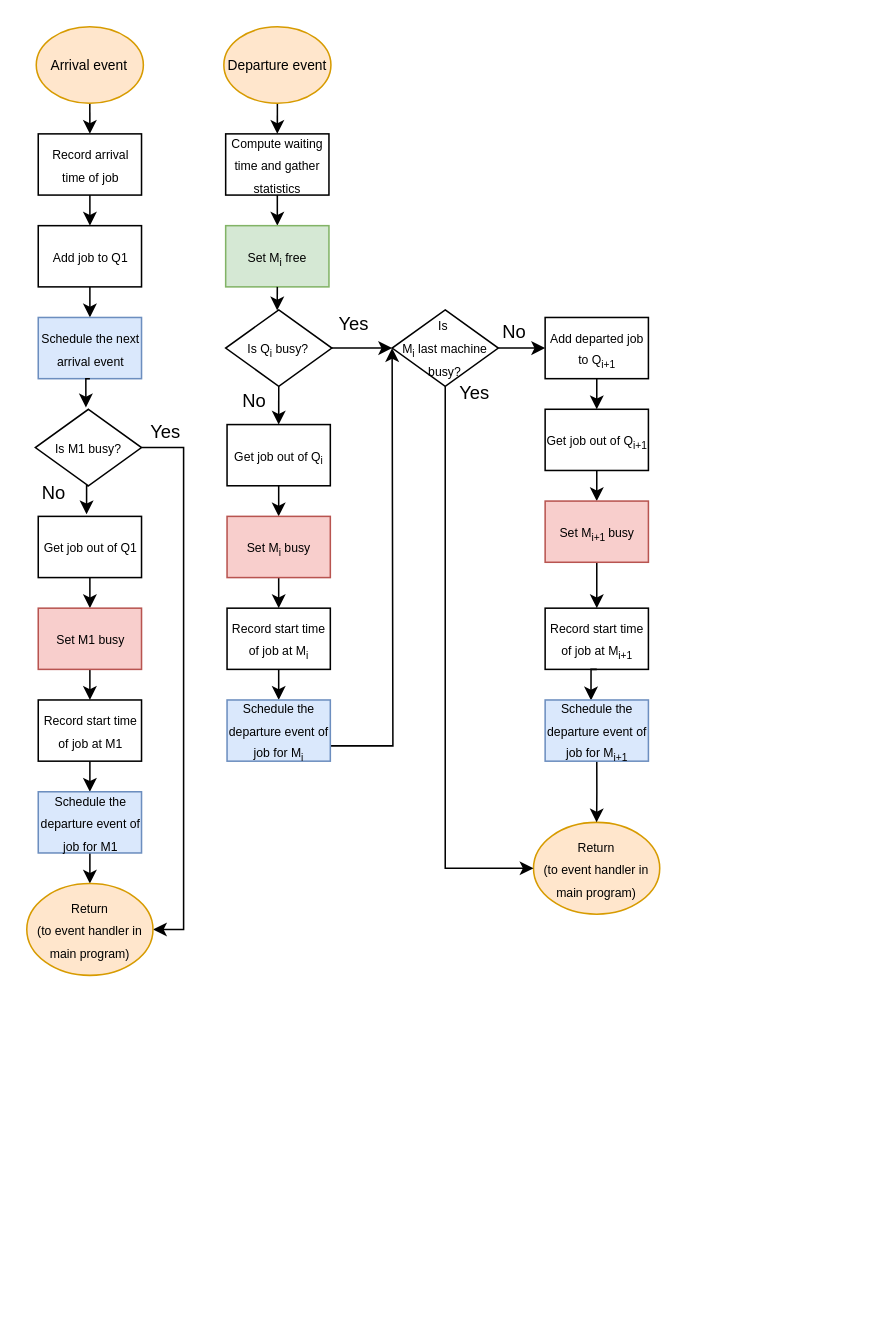
This is page "4.1.3" (2 of 3) of MIC.drawio from Chaiyachet211311/MIC-1CV50, a draw.io file, before an edit. Source tidied: cells renumbered, new cells numbered last; positions are measured from the earlier drawing's top-left corner, leaving out a move shared by most shapes. Both pictures are drawn from the tidied source at 153%, with x=0, y=0 at pixel (26, 26).
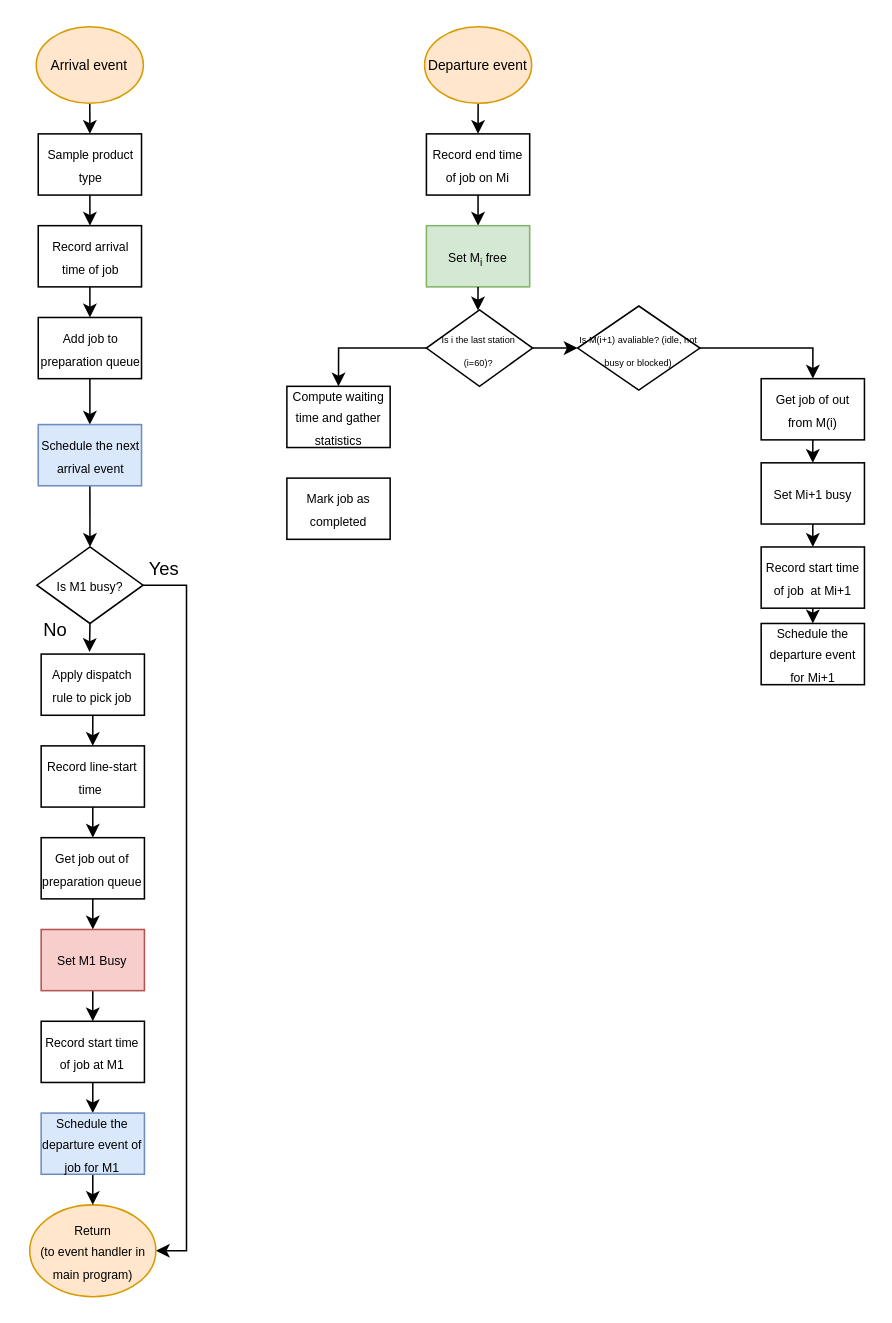
The same page after the edit.

Change to the diagram source:
```diff
@@
-    <mxCell id="5" value="&lt;font style=&quot;font-size: 8px;&quot;&gt;Record arrival time of job&lt;/font&gt;" style="rounded=0;whiteSpace=wrap;html=1;" parent="1" vertex="1">
+    <mxCell id="5" value="&lt;span style=&quot;font-size: 8px;&quot;&gt;Sample product type&lt;/span&gt;" style="rounded=0;whiteSpace=wrap;html=1;" parent="1" vertex="1">
       <mxGeometry x="7.5" y="70" width="67.5" height="40" as="geometry" />
     </mxCell>
@@
-    <mxCell id="7" value="&lt;font style=&quot;font-size: 8px;&quot;&gt;Add job to Q1&lt;/font&gt;" style="rounded=0;whiteSpace=wrap;html=1;" parent="1" vertex="1">
+    <mxCell id="7" value="&lt;span style=&quot;font-size: 8px;&quot;&gt;Record arrival time of job&lt;/span&gt;" style="rounded=0;whiteSpace=wrap;html=1;" parent="1" vertex="1">
       <mxGeometry x="7.5" y="130" width="67.5" height="40" as="geometry" />
     </mxCell>
+    <mxCell id="59" style="edgeStyle=none;rounded=0;jettySize=auto;html=1;exitX=0.5;exitY=1;exitDx=0;exitDy=0;entryX=0.5;entryY=0;entryDx=0;entryDy=0;" parent="1" edge="1" source="8" target="64">
+      <mxGeometry relative="1" as="geometry" />
+    </mxCell>
-    <mxCell id="8" value="&lt;font style=&quot;font-size: 8px;&quot;&gt;Schedule the next arrival event&lt;/font&gt;" style="rounded=0;whiteSpace=wrap;html=1;fillColor=#dae8fc;strokeColor=#6c8ebf;" parent="1" vertex="1">
+    <mxCell id="8" value="&lt;span style=&quot;font-size: 8px;&quot;&gt;Add job to preparation queue&lt;/span&gt;" style="rounded=0;whiteSpace=wrap;html=1;" parent="1" vertex="1">
       <mxGeometry x="7.5" y="190" width="67.5" height="40" as="geometry" />
     </mxCell>
@@
     <mxCell id="10" value="&lt;font style=&quot;font-size: 8px;&quot;&gt;Is M1 busy?&lt;/font&gt;" style="rhombus;whiteSpace=wrap;html=1;" parent="1" vertex="1">
-      <mxGeometry x="5.6" y="250" width="69.4" height="50" as="geometry" />
+      <mxGeometry x="6.6" y="340" width="69.4" height="50" as="geometry" />
     </mxCell>
@@
-    <mxCell id="12" value="&lt;font style=&quot;font-size: 8px;&quot;&gt;Get job out of Q1&lt;/font&gt;" style="rounded=0;whiteSpace=wrap;html=1;" parent="1" vertex="1">
-      <mxGeometry x="7.5" y="320" width="67.5" height="40" as="geometry" />
+    <mxCell id="12" value="&lt;span style=&quot;font-size: 8px;&quot;&gt;Apply dispatch rule to pick job&lt;/span&gt;" style="rounded=0;whiteSpace=wrap;html=1;" parent="1" vertex="1">
+      <mxGeometry x="9.4" y="410" width="67.5" height="40" as="geometry" />
     </mxCell>
@@
-    <mxCell id="14" value="&lt;font style=&quot;font-size: 8px;&quot;&gt;Set M1 busy&lt;/font&gt;" style="rounded=0;whiteSpace=wrap;html=1;fillColor=#f8cecc;strokeColor=#b85450;" parent="1" vertex="1">
-      <mxGeometry x="7.5" y="380" width="67.5" height="40" as="geometry" />
+    <mxCell id="14" value="&lt;span style=&quot;font-size: 8px;&quot;&gt;Record line-start time&amp;nbsp;&lt;/span&gt;" style="rounded=0;whiteSpace=wrap;html=1;" parent="1" vertex="1">
+      <mxGeometry x="9.4" y="470" width="67.5" height="40" as="geometry" />
     </mxCell>
-    <mxCell id="15" style="edgeStyle=orthogonalEdgeStyle;rounded=0;jettySize=auto;html=1;exitX=0.5;exitY=1;exitDx=0;exitDy=0;entryX=0.5;entryY=0;entryDx=0;entryDy=0;" parent="1" edge="1" source="16" target="18">
-      <mxGeometry relative="1" as="geometry" />
-    </mxCell>
+    <mxCell id="60" style="edgeStyle=none;rounded=0;jettySize=auto;html=1;exitX=0.5;exitY=1;exitDx=0;exitDy=0;entryX=0.5;entryY=0;entryDx=0;entryDy=0;" parent="1" edge="1" source="16" target="66">
+      <mxGeometry relative="1" as="geometry" />
+    </mxCell>
-    <mxCell id="16" value="&lt;font style=&quot;font-size: 8px;&quot;&gt;Record start time of job at M1&lt;/font&gt;" style="rounded=0;whiteSpace=wrap;html=1;" parent="1" vertex="1">
-      <mxGeometry x="7.5" y="440" width="67.5" height="40" as="geometry" />
+    <mxCell id="16" value="&lt;span style=&quot;font-size: 8px;&quot;&gt;Get job out of preparation queue&lt;/span&gt;" style="rounded=0;whiteSpace=wrap;html=1;" parent="1" vertex="1">
+      <mxGeometry x="9.4" y="530" width="67.5" height="40" as="geometry" />
     </mxCell>
-    <mxCell id="17" style="edgeStyle=orthogonalEdgeStyle;rounded=0;jettySize=auto;html=1;exitX=0.5;exitY=1;exitDx=0;exitDy=0;entryX=0.5;entryY=0;entryDx=0;entryDy=0;" parent="1" edge="1" source="18" target="19">
-      <mxGeometry relative="1" as="geometry" />
-    </mxCell>
-    <mxCell id="18" value="&lt;font style=&quot;font-size: 8px;&quot;&gt;Schedule the departure event of job for M1&lt;/font&gt;" style="rounded=0;whiteSpace=wrap;html=1;fillColor=#dae8fc;strokeColor=#6c8ebf;" parent="1" vertex="1">
-      <mxGeometry x="7.5" y="500" width="67.5" height="40" as="geometry" />
-    </mxCell>
     <mxCell id="19" value="&lt;font style=&quot;font-size: 8px;&quot;&gt;Return&lt;/font&gt;&lt;div&gt;&lt;font style=&quot;font-size: 8px;&quot;&gt;(to event handler in main program)&lt;/font&gt;&lt;/div&gt;" style="ellipse;whiteSpace=wrap;html=1;fillColor=#ffe6cc;strokeColor=#d79b00;" parent="1" vertex="1">
-      <mxGeometry y="560" width="82.5" height="60" as="geometry" />
+      <mxGeometry x="1.9" y="770" width="82.5" height="60" as="geometry" />
     </mxCell>
-    <mxCell id="20" style="edgeStyle=orthogonalEdgeStyle;rounded=0;jettySize=auto;html=1;exitX=0.5;exitY=1;exitDx=0;exitDy=0;entryX=0.476;entryY=-0.024;entryDx=0;entryDy=0;entryPerimeter=0;" parent="1" edge="1" source="8" target="10">
-      <mxGeometry relative="1" as="geometry" />
-    </mxCell>
@@
     <mxCell id="22" value="No" style="text;html=1;whiteSpace=wrap;strokeColor=none;fillColor=none;align=center;verticalAlign=middle;rounded=0;" parent="1" vertex="1">
-      <mxGeometry x="7.5" y="300" width="20" height="10" as="geometry" />
+      <mxGeometry x="9.4" y="390" width="20" height="10" as="geometry" />
     </mxCell>
     <mxCell id="23" value="Yes" style="text;html=1;whiteSpace=wrap;strokeColor=none;fillColor=none;align=center;verticalAlign=middle;rounded=0;" parent="1" vertex="1">
-      <mxGeometry x="76.2" y="260" width="30" height="10" as="geometry" />
+      <mxGeometry x="75" y="350" width="30" height="10" as="geometry" />
     </mxCell>
@@
     <mxCell id="25" value="&lt;font style=&quot;font-size: 9px;&quot;&gt;Departure event&lt;/font&gt;" style="ellipse;whiteSpace=wrap;html=1;fillColor=#ffe6cc;strokeColor=#d79b00;" parent="1" vertex="1">
-      <mxGeometry x="128.8" width="70" height="50" as="geometry" />
+      <mxGeometry x="260" width="70" height="50" as="geometry" />
     </mxCell>
@@
-    <mxCell id="27" value="&lt;span style=&quot;font-size: 8px;&quot;&gt;Compute waiting time and gather statistics&lt;/span&gt;" style="rounded=0;whiteSpace=wrap;html=1;" parent="1" vertex="1">
-      <mxGeometry x="130" y="70" width="67.5" height="40" as="geometry" />
+    <mxCell id="27" value="&lt;span style=&quot;font-size: 8px;&quot;&gt;Record end time of job on Mi&lt;/span&gt;" style="rounded=0;whiteSpace=wrap;html=1;" parent="1" vertex="1">
+      <mxGeometry x="261.2" y="70" width="67.5" height="40" as="geometry" />
     </mxCell>
     <mxCell id="28" value="&lt;span style=&quot;font-size: 8px;&quot;&gt;Set M&lt;sub&gt;i&lt;/sub&gt; free&lt;/span&gt;" style="rounded=0;whiteSpace=wrap;html=1;fillColor=#d5e8d4;strokeColor=#82b366;" parent="1" vertex="1">
-      <mxGeometry x="130" y="130" width="67.5" height="40" as="geometry" />
+      <mxGeometry x="261.2" y="130" width="67.5" height="40" as="geometry" />
     </mxCell>
-    <mxCell id="29" style="edgeStyle=orthogonalEdgeStyle;rounded=0;jettySize=auto;html=1;exitX=1;exitY=0.5;exitDx=0;exitDy=0;entryX=0;entryY=0.5;entryDx=0;entryDy=0;" parent="1" edge="1" source="30" target="42">
-      <mxGeometry relative="1" as="geometry" />
-    </mxCell>
+    <mxCell id="61" style="edgeStyle=orthogonalEdgeStyle;rounded=0;jettySize=auto;html=1;exitX=0;exitY=0.5;exitDx=0;exitDy=0;entryX=0.5;entryY=0;entryDx=0;entryDy=0;" parent="1" edge="1" source="30" target="69">
+      <mxGeometry relative="1" as="geometry" />
+    </mxCell>
+    <mxCell id="62" style="edgeStyle=orthogonalEdgeStyle;rounded=0;jettySize=auto;html=1;exitX=1;exitY=0.5;exitDx=0;exitDy=0;entryX=0;entryY=0.5;entryDx=0;entryDy=0;" parent="1" edge="1" source="30" target="72">
+      <mxGeometry relative="1" as="geometry" />
+    </mxCell>
-    <mxCell id="30" value="&lt;font style=&quot;font-size: 8px;&quot;&gt;Is Q&lt;sub&gt;i&lt;/sub&gt; busy?&lt;/font&gt;" style="rhombus;whiteSpace=wrap;html=1;" parent="1" vertex="1">
-      <mxGeometry x="130" y="185" width="69.4" height="50" as="geometry" />
+    <mxCell id="30" value="&lt;font style=&quot;font-size: 6px;&quot;&gt;Is i the last station (i=60)?&lt;/font&gt;" style="rhombus;whiteSpace=wrap;html=1;" parent="1" vertex="1">
+      <mxGeometry x="261.2" y="185" width="69.4" height="50" as="geometry" />
     </mxCell>
-    <mxCell id="31" style="edgeStyle=orthogonalEdgeStyle;rounded=0;jettySize=auto;html=1;exitX=0.5;exitY=1;exitDx=0;exitDy=0;entryX=0.5;entryY=0;entryDx=0;entryDy=0;" parent="1" edge="1" source="32" target="34">
-      <mxGeometry relative="1" as="geometry" />
-    </mxCell>
-    <mxCell id="32" value="&lt;font style=&quot;font-size: 8px;&quot;&gt;Get job out of Q&lt;sub&gt;i&lt;/sub&gt;&lt;/font&gt;" style="rounded=0;whiteSpace=wrap;html=1;" parent="1" vertex="1">
-      <mxGeometry x="130.9" y="260" width="67.5" height="40" as="geometry" />
-    </mxCell>
-    <mxCell id="33" style="edgeStyle=orthogonalEdgeStyle;rounded=0;jettySize=auto;html=1;exitX=0.5;exitY=1;exitDx=0;exitDy=0;entryX=0.5;entryY=0;entryDx=0;entryDy=0;" parent="1" edge="1" source="34" target="36">
-      <mxGeometry relative="1" as="geometry" />
-    </mxCell>
-    <mxCell id="34" value="&lt;font style=&quot;font-size: 8px;&quot;&gt;Set M&lt;sub&gt;i&lt;/sub&gt; busy&lt;/font&gt;" style="rounded=0;whiteSpace=wrap;html=1;fillColor=#f8cecc;strokeColor=#b85450;" parent="1" vertex="1">
-      <mxGeometry x="130.9" y="320" width="67.5" height="40" as="geometry" />
-    </mxCell>
-    <mxCell id="35" style="edgeStyle=orthogonalEdgeStyle;rounded=0;jettySize=auto;html=1;exitX=0.5;exitY=1;exitDx=0;exitDy=0;entryX=0.5;entryY=0;entryDx=0;entryDy=0;" parent="1" edge="1" source="36" target="38">
-      <mxGeometry relative="1" as="geometry" />
-    </mxCell>
-    <mxCell id="36" value="&lt;font style=&quot;font-size: 8px;&quot;&gt;Record start time of job at M&lt;sub&gt;i&lt;/sub&gt;&lt;/font&gt;" style="rounded=0;whiteSpace=wrap;html=1;" parent="1" vertex="1">
-      <mxGeometry x="130.9" y="380" width="67.5" height="40" as="geometry" />
-    </mxCell>
-    <mxCell id="37" style="edgeStyle=orthogonalEdgeStyle;rounded=0;jettySize=auto;html=1;exitX=1;exitY=0.75;exitDx=0;exitDy=0;" parent="1" edge="1" source="38">
-      <mxGeometry relative="1" as="geometry">
-        <mxPoint x="238.8" y="210" as="targetPoint" />
-      </mxGeometry>
-    </mxCell>
-    <mxCell id="38" value="&lt;font style=&quot;font-size: 8px;&quot;&gt;Schedule the departure event of job for M&lt;sub&gt;i&lt;/sub&gt;&lt;/font&gt;" style="rounded=0;whiteSpace=wrap;html=1;fillColor=#dae8fc;strokeColor=#6c8ebf;" parent="1" vertex="1">
-      <mxGeometry x="130.9" y="440" width="67.5" height="40" as="geometry" />
-    </mxCell>
-    <mxCell id="39" value="&lt;font style=&quot;font-size: 8px;&quot;&gt;Return&lt;/font&gt;&lt;div&gt;&lt;font style=&quot;font-size: 8px;&quot;&gt;(to event handler in main program)&lt;/font&gt;&lt;/div&gt;" style="ellipse;whiteSpace=wrap;html=1;fillColor=#ffe6cc;strokeColor=#d79b00;" parent="1" vertex="1">
-      <mxGeometry x="331.2" y="520" width="82.5" height="60" as="geometry" />
-    </mxCell>
-    <mxCell id="40" style="edgeStyle=orthogonalEdgeStyle;rounded=0;jettySize=auto;html=1;exitX=1;exitY=0.5;exitDx=0;exitDy=0;entryX=0;entryY=0.5;entryDx=0;entryDy=0;" parent="1" edge="1" source="42" target="44">
-      <mxGeometry relative="1" as="geometry" />
-    </mxCell>
-    <mxCell id="41" style="edgeStyle=orthogonalEdgeStyle;rounded=0;jettySize=auto;html=1;exitX=0.5;exitY=1;exitDx=0;exitDy=0;entryX=0;entryY=0.5;entryDx=0;entryDy=0;" parent="1" edge="1" source="42" target="39">
-      <mxGeometry relative="1" as="geometry" />
-    </mxCell>
-    <mxCell id="42" value="&lt;font style=&quot;font-size: 8px;&quot;&gt;Is&amp;nbsp;&lt;/font&gt;&lt;div&gt;&lt;font style=&quot;font-size: 8px;&quot;&gt;M&lt;sub&gt;i&lt;/sub&gt;&amp;nbsp;last machine busy?&lt;/font&gt;&lt;/div&gt;" style="rhombus;whiteSpace=wrap;html=1;" parent="1" vertex="1">
-      <mxGeometry x="238.8" y="185" width="69.4" height="50" as="geometry" />
-    </mxCell>
-    <mxCell id="43" style="edgeStyle=orthogonalEdgeStyle;rounded=0;jettySize=auto;html=1;exitX=0.5;exitY=1;exitDx=0;exitDy=0;entryX=0.5;entryY=0;entryDx=0;entryDy=0;" parent="1" edge="1" source="44" target="46">
-      <mxGeometry relative="1" as="geometry" />
-    </mxCell>
-    <mxCell id="44" value="&lt;span style=&quot;font-size: 8px;&quot;&gt;Add departed job to Q&lt;sub&gt;i+1&lt;/sub&gt;&lt;/span&gt;" style="rounded=0;whiteSpace=wrap;html=1;" parent="1" vertex="1">
-      <mxGeometry x="338.8" y="190" width="67.5" height="40" as="geometry" />
-    </mxCell>
-    <mxCell id="45" style="edgeStyle=orthogonalEdgeStyle;rounded=0;jettySize=auto;html=1;exitX=0.5;exitY=1;exitDx=0;exitDy=0;entryX=0.5;entryY=0;entryDx=0;entryDy=0;" parent="1" edge="1" source="46" target="48">
-      <mxGeometry relative="1" as="geometry" />
-    </mxCell>
-    <mxCell id="46" value="&lt;span style=&quot;font-size: 8px;&quot;&gt;Get job out of Q&lt;sub&gt;i+1&lt;/sub&gt;&lt;/span&gt;" style="rounded=0;whiteSpace=wrap;html=1;" parent="1" vertex="1">
-      <mxGeometry x="338.8" y="250" width="67.5" height="40" as="geometry" />
-    </mxCell>
-    <mxCell id="47" style="edgeStyle=orthogonalEdgeStyle;rounded=0;jettySize=auto;html=1;exitX=0.5;exitY=1;exitDx=0;exitDy=0;entryX=0.5;entryY=0;entryDx=0;entryDy=0;" parent="1" edge="1" source="48" target="49">
-      <mxGeometry relative="1" as="geometry" />
-    </mxCell>
-    <mxCell id="48" value="&lt;span style=&quot;font-size: 8px;&quot;&gt;Set M&lt;sub&gt;i+1&lt;/sub&gt;&lt;/span&gt;&lt;span style=&quot;font-size: 8px;&quot;&gt;&lt;sub&gt;&amp;nbsp;&lt;/sub&gt;busy&lt;/span&gt;" style="rounded=0;whiteSpace=wrap;html=1;fillColor=#f8cecc;strokeColor=#b85450;" parent="1" vertex="1">
-      <mxGeometry x="338.8" y="310" width="67.5" height="40" as="geometry" />
-    </mxCell>
-    <mxCell id="49" value="&lt;span style=&quot;font-size: 8px;&quot;&gt;Record start time of job at M&lt;sub&gt;i+1&lt;/sub&gt;&lt;/span&gt;" style="rounded=0;whiteSpace=wrap;html=1;" parent="1" vertex="1">
-      <mxGeometry x="338.8" y="380" width="67.5" height="40" as="geometry" />
-    </mxCell>
@@
-    <mxCell id="51" style="edgeStyle=orthogonalEdgeStyle;rounded=0;jettySize=auto;html=1;exitX=0.5;exitY=1;exitDx=0;exitDy=0;entryX=0.5;entryY=0;entryDx=0;entryDy=0;" parent="1" edge="1" source="30" target="32">
-      <mxGeometry relative="1" as="geometry" />
-    </mxCell>
-    <mxCell id="52" value="No" style="text;html=1;whiteSpace=wrap;strokeColor=none;fillColor=none;align=center;verticalAlign=middle;rounded=0;" parent="1" vertex="1">
-      <mxGeometry x="128.8" y="235" width="40" height="20" as="geometry" />
-    </mxCell>
-    <mxCell id="53" value="Yes" style="text;html=1;whiteSpace=wrap;strokeColor=none;fillColor=none;align=center;verticalAlign=middle;rounded=0;" parent="1" vertex="1">
-      <mxGeometry x="278.1" y="235" width="30" height="10" as="geometry" />
-    </mxCell>
-    <mxCell id="54" value="No" style="text;html=1;whiteSpace=wrap;strokeColor=none;fillColor=none;align=center;verticalAlign=middle;rounded=0;" parent="1" vertex="1">
-      <mxGeometry x="298.8" y="190" width="40" height="20" as="geometry" />
-    </mxCell>
-    <mxCell id="55" style="edgeStyle=orthogonalEdgeStyle;rounded=0;jettySize=auto;html=1;exitX=0.5;exitY=1;exitDx=0;exitDy=0;entryX=0.444;entryY=0.007;entryDx=0;entryDy=0;entryPerimeter=0;" parent="1" edge="1" source="49" target="57">
-      <mxGeometry relative="1" as="geometry" />
-    </mxCell>
-    <mxCell id="56" style="edgeStyle=orthogonalEdgeStyle;rounded=0;jettySize=auto;html=1;exitX=0.5;exitY=1;exitDx=0;exitDy=0;entryX=0.5;entryY=0;entryDx=0;entryDy=0;" parent="1" edge="1" source="57" target="39">
-      <mxGeometry relative="1" as="geometry" />
-    </mxCell>
-    <mxCell id="57" value="&lt;font style=&quot;font-size: 8px;&quot;&gt;Schedule the departure event of job for M&lt;sub&gt;i+1&lt;/sub&gt;&lt;/font&gt;" style="rounded=0;whiteSpace=wrap;html=1;fillColor=#dae8fc;strokeColor=#6c8ebf;" parent="1" vertex="1">
-      <mxGeometry x="338.8" y="440" width="67.5" height="40" as="geometry" />
-    </mxCell>
-    <mxCell id="58" value="Yes" style="text;html=1;whiteSpace=wrap;strokeColor=none;fillColor=none;align=center;verticalAlign=middle;rounded=0;" parent="1" vertex="1">
-      <mxGeometry x="199.4" y="190" width="30" height="10" as="geometry" />
-    </mxCell>
+    <mxCell id="63" style="edgeStyle=none;rounded=0;jettySize=auto;html=1;exitX=0.5;exitY=1;exitDx=0;exitDy=0;entryX=0.5;entryY=0;entryDx=0;entryDy=0;" parent="1" edge="1" source="64" target="10">
+      <mxGeometry relative="1" as="geometry" />
+    </mxCell>
+    <mxCell id="64" value="&lt;span style=&quot;font-size: 8px;&quot;&gt;Schedule the next arrival event&lt;/span&gt;" style="rounded=0;whiteSpace=wrap;html=1;fillColor=#dae8fc;strokeColor=#6c8ebf;" parent="1" vertex="1">
+      <mxGeometry x="7.5" y="260" width="67.5" height="40" as="geometry" />
+    </mxCell>
+    <mxCell id="65" style="edgeStyle=none;rounded=0;jettySize=auto;html=1;exitX=0.5;exitY=1;exitDx=0;exitDy=0;entryX=0.5;entryY=0;entryDx=0;entryDy=0;" parent="1" edge="1" source="66" target="68">
+      <mxGeometry relative="1" as="geometry" />
+    </mxCell>
+    <mxCell id="66" value="&lt;span style=&quot;font-size: 8px;&quot;&gt;Set M1 Busy&lt;/span&gt;" style="rounded=0;whiteSpace=wrap;html=1;fillColor=#f8cecc;strokeColor=#b85450;" parent="1" vertex="1">
+      <mxGeometry x="9.4" y="590" width="67.5" height="40" as="geometry" />
+    </mxCell>
+    <mxCell id="67" style="edgeStyle=none;rounded=0;jettySize=auto;html=1;exitX=0.5;exitY=1;exitDx=0;exitDy=0;entryX=0.5;entryY=0;entryDx=0;entryDy=0;" parent="1" edge="1" source="68" target="18">
+      <mxGeometry relative="1" as="geometry" />
+    </mxCell>
+    <mxCell id="68" value="&lt;span style=&quot;font-size: 8px;&quot;&gt;Record start time of job at M1&lt;/span&gt;" style="rounded=0;whiteSpace=wrap;html=1;" parent="1" vertex="1">
+      <mxGeometry x="9.4" y="650" width="67.5" height="40" as="geometry" />
+    </mxCell>
+    <mxCell id="17" style="edgeStyle=none;rounded=0;jettySize=auto;html=1;exitX=0.5;exitY=1;exitDx=0;exitDy=0;entryX=0.5;entryY=0;entryDx=0;entryDy=0;" parent="1" edge="1" source="18" target="19">
+      <mxGeometry relative="1" as="geometry" />
+    </mxCell>
+    <mxCell id="18" value="&lt;span style=&quot;font-size: 8px;&quot;&gt;Schedule the departure event of job for M1&lt;/span&gt;" style="rounded=0;whiteSpace=wrap;html=1;fillColor=#dae8fc;strokeColor=#6c8ebf;" parent="1" vertex="1">
+      <mxGeometry x="9.4" y="710" width="67.5" height="40" as="geometry" />
+    </mxCell>
+    <mxCell id="69" value="&lt;font style=&quot;font-size: 8px;&quot;&gt;Compute waiting time and gather statistics&lt;/font&gt;" style="rounded=0;whiteSpace=wrap;html=1;" parent="1" vertex="1">
+      <mxGeometry x="170" y="235" width="67.5" height="40" as="geometry" />
+    </mxCell>
+    <mxCell id="70" value="&lt;span style=&quot;font-size: 8px;&quot;&gt;Mark job as completed&lt;/span&gt;" style="rounded=0;whiteSpace=wrap;html=1;" parent="1" vertex="1">
+      <mxGeometry x="170" y="295" width="67.5" height="40" as="geometry" />
+    </mxCell>
+    <mxCell id="71" style="edgeStyle=orthogonalEdgeStyle;rounded=0;jettySize=auto;html=1;exitX=1;exitY=0.5;exitDx=0;exitDy=0;entryX=0.5;entryY=0;entryDx=0;entryDy=0;" parent="1" edge="1" source="72" target="74">
+      <mxGeometry relative="1" as="geometry" />
+    </mxCell>
+    <mxCell id="72" value="&lt;span style=&quot;font-size: 6px;&quot;&gt;Is M(i+1) avaliable? (idle, not busy or blocked)&lt;/span&gt;" style="rhombus;whiteSpace=wrap;html=1;" parent="1" vertex="1">
+      <mxGeometry x="360" y="182.5" width="80" height="55" as="geometry" />
+    </mxCell>
+    <mxCell id="73" style="edgeStyle=orthogonalEdgeStyle;rounded=0;jettySize=auto;html=1;exitX=0.5;exitY=1;exitDx=0;exitDy=0;entryX=0.5;entryY=0;entryDx=0;entryDy=0;" parent="1" edge="1" source="74" target="76">
+      <mxGeometry relative="1" as="geometry" />
+    </mxCell>
+    <mxCell id="74" value="&lt;font style=&quot;font-size: 8px;&quot;&gt;Get job of out from M(i)&lt;/font&gt;" style="rounded=0;whiteSpace=wrap;html=1;" parent="1" vertex="1">
+      <mxGeometry x="480" y="230" width="67.5" height="40" as="geometry" />
+    </mxCell>
+    <mxCell id="75" style="edgeStyle=orthogonalEdgeStyle;rounded=0;jettySize=auto;html=1;exitX=0.5;exitY=1;exitDx=0;exitDy=0;entryX=0.5;entryY=0;entryDx=0;entryDy=0;" parent="1" edge="1" source="76" target="78">
+      <mxGeometry relative="1" as="geometry" />
+    </mxCell>
+    <mxCell id="76" value="&lt;font style=&quot;font-size: 8px;&quot;&gt;Set Mi+1 busy&lt;/font&gt;" style="rounded=0;whiteSpace=wrap;html=1;" parent="1" vertex="1">
+      <mxGeometry x="480" y="285" width="67.5" height="40" as="geometry" />
+    </mxCell>
+    <mxCell id="77" style="edgeStyle=orthogonalEdgeStyle;rounded=0;jettySize=auto;html=1;exitX=0.5;exitY=1;exitDx=0;exitDy=0;entryX=0.5;entryY=0;entryDx=0;entryDy=0;" parent="1" edge="1" source="78" target="79">
+      <mxGeometry relative="1" as="geometry" />
+    </mxCell>
+    <mxCell id="78" value="&lt;span style=&quot;font-size: 8px;&quot;&gt;Record start time of job&amp;nbsp; at Mi+1&lt;/span&gt;" style="rounded=0;whiteSpace=wrap;html=1;" parent="1" vertex="1">
+      <mxGeometry x="480" y="340" width="67.5" height="40" as="geometry" />
+    </mxCell>
+    <mxCell id="79" value="&lt;span style=&quot;font-size: 8px;&quot;&gt;Schedule the departure event for Mi+1&lt;/span&gt;" style="rounded=0;whiteSpace=wrap;html=1;" parent="1" vertex="1">
+      <mxGeometry x="480" y="390" width="67.5" height="40" as="geometry" />
+    </mxCell>
```
